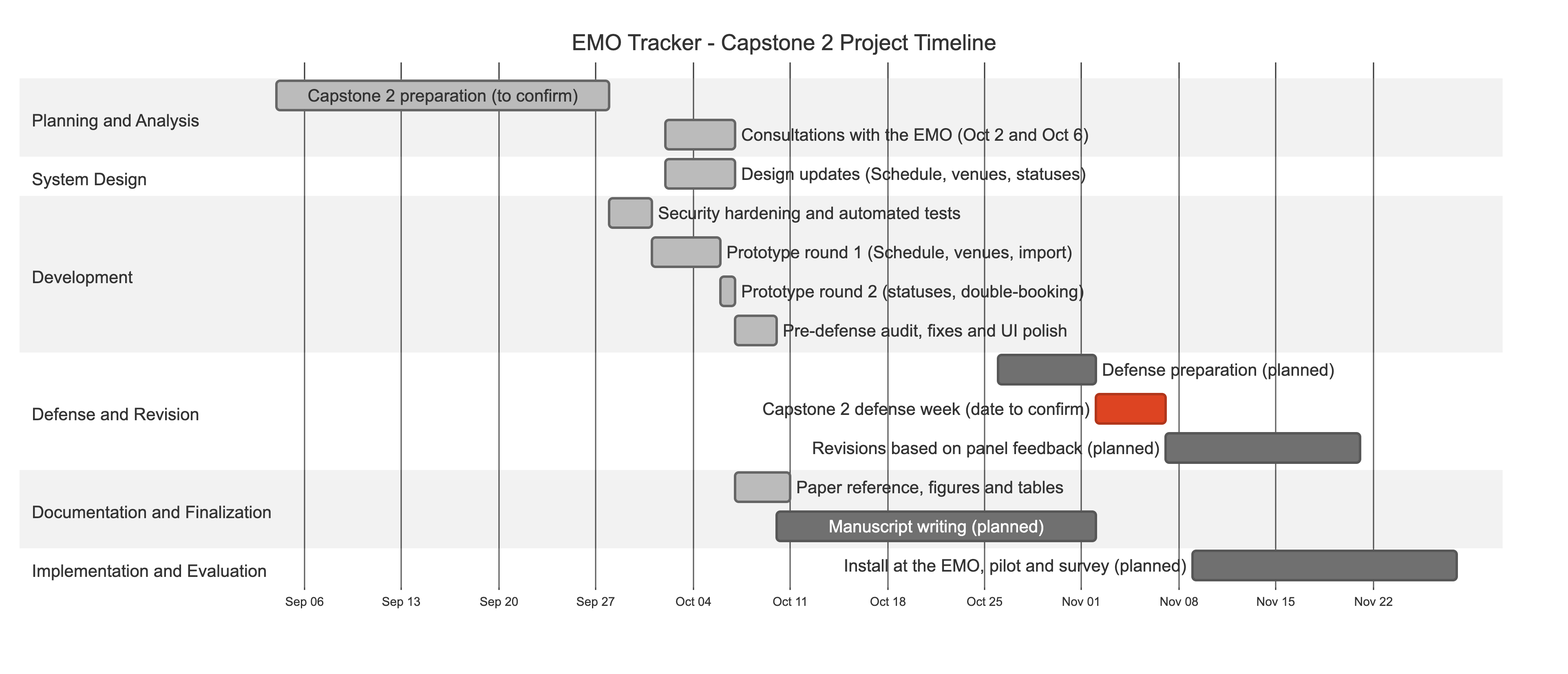
Above: docs/paper/diagrams/gantt-chart.png in XyroneKyleYlanan/EMO-Tracker (Mermaid), before the change. Its source is kept beside it as docs/paper/diagrams/src/gantt-chart.mmd.
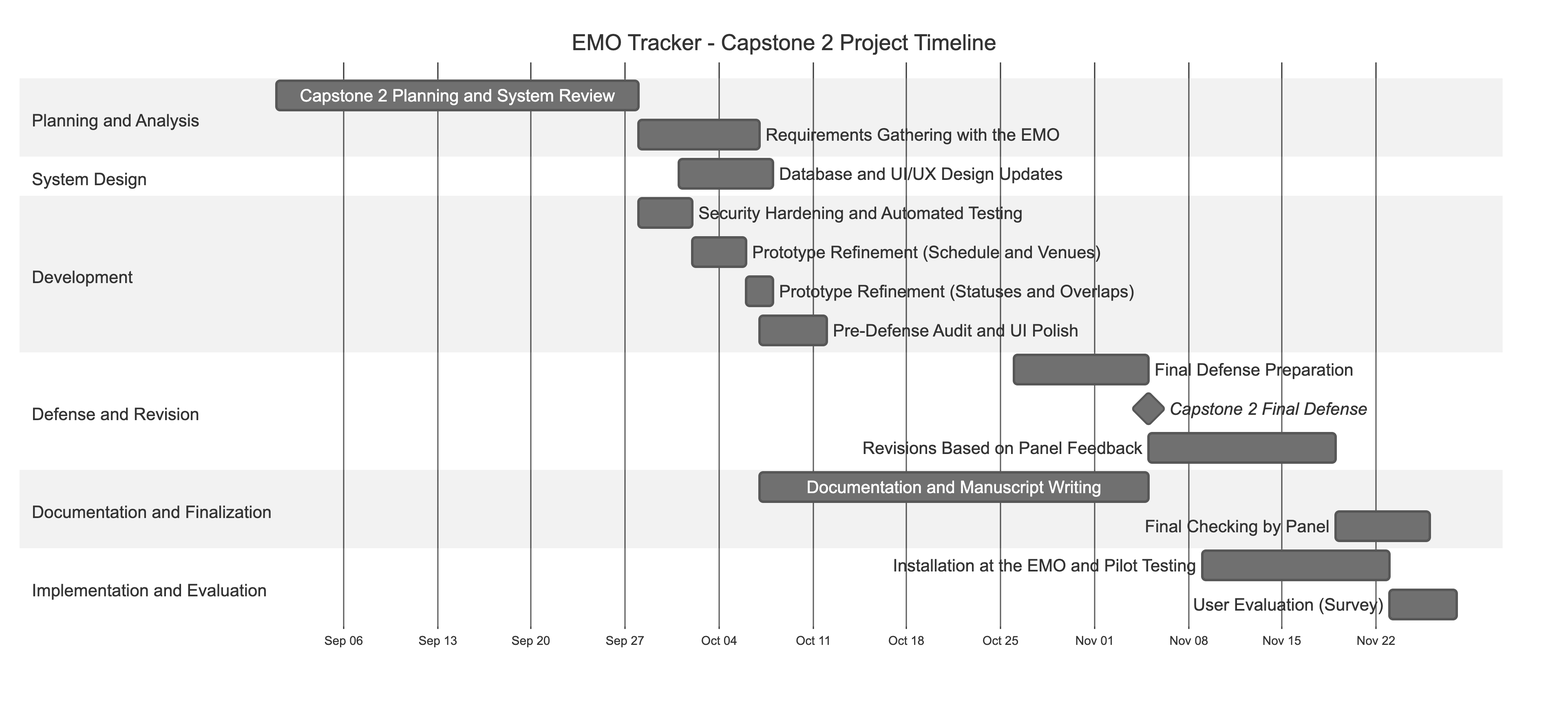
Later version of the same file.

Commit message:
Add Capstone 2 versions of every Capstone 1 figure and appendix, with descriptions

Diff of the diagram source:
```diff
@@ -14,21 +14,22 @@
     axisFormat %b %d
     todayMarker off
     section Planning and Analysis
-    Capstone 2 preparation (to confirm)           :done, p1, 2026-09-04, 2026-09-28
-    Consultations with the EMO (Oct 2 and Oct 6)  :done, p2, 2026-10-02, 2026-10-07
+    Capstone 2 Planning and System Review       :p1, 2026-09-01, 2026-09-28
+    Requirements Gathering with the EMO         :p2, 2026-09-28, 2026-10-07
     section System Design
-    Design updates (Schedule, venues, statuses)   :done, d1, 2026-10-02, 2026-10-07
+    Database and UI/UX Design Updates           :d1, 2026-10-01, 2026-10-08
     section Development
-    Security hardening and automated tests        :done, v1, 2026-09-28, 2026-10-01
-    Prototype round 1 (Schedule, venues, import)  :done, v2, 2026-10-01, 2026-10-06
-    Prototype round 2 (statuses, double-booking)  :done, v3, 2026-10-06, 2026-10-07
-    Pre-defense audit, fixes and UI polish        :done, v4, 2026-10-07, 2026-10-10
+    Security Hardening and Automated Testing    :v1, 2026-09-28, 2026-10-02
+    Prototype Refinement (Schedule and Venues)  :v2, 2026-10-02, 2026-10-06
+    Prototype Refinement (Statuses and Overlaps):v3, 2026-10-06, 2026-10-08
+    Pre-Defense Audit and UI Polish             :v4, 2026-10-07, 2026-10-12
     section Defense and Revision
-    Defense preparation (planned)                 :f1, 2026-10-26, 2026-11-02
-    Capstone 2 defense week (date to confirm)     :crit, f2, 2026-11-02, 2026-11-07
-    Revisions based on panel feedback (planned)   :f3, 2026-11-07, 2026-11-21
+    Final Defense Preparation                   :f1, 2026-10-26, 2026-11-05
+    Capstone 2 Final Defense                    :milestone, f2, 2026-11-05, 0d
+    Revisions Based on Panel Feedback           :f3, 2026-11-05, 2026-11-19
     section Documentation and Finalization
-    Paper reference, figures and tables           :done, w1, 2026-10-07, 2026-10-11
-    Manuscript writing (planned)                  :w2, 2026-10-10, 2026-11-02
+    Documentation and Manuscript Writing        :w1, 2026-10-07, 2026-11-05
+    Final Checking by Panel                     :w2, 2026-11-19, 2026-11-26
     section Implementation and Evaluation
-    Install at the EMO, pilot and survey (planned) :i1, 2026-11-09, 2026-11-28
+    Installation at the EMO and Pilot Testing   :i1, 2026-11-09, 2026-11-23
+    User Evaluation (Survey)                    :i2, 2026-11-23, 2026-11-28
```
